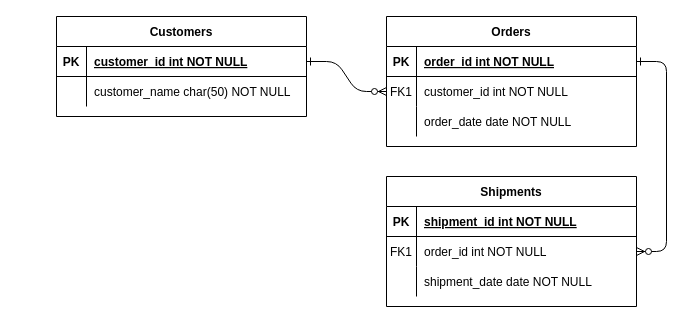
Above: ECommERT.drawio in adithkrishnan98/ECommerce-Java (draw.io), before the change. Source tidied: cells renumbered, new cells numbered last; positions are measured from the earlier drawing's top-left corner, leaving out a move shared by most shapes. Both pictures are drawn from the tidied source at 100%, with x=0, y=0 at pixel (56, 16).
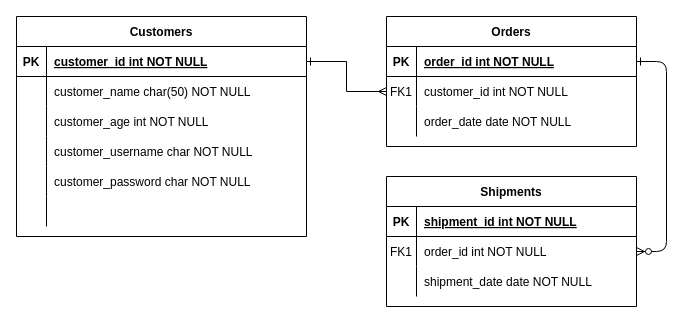
After the change.

Unchanged cells that the change refers to:
```xml
<mxCell id="8" style="shape=partialRectangle;fillColor=none;points=[[0,0.5],[1,0.5]];portConstraint=eastwest;top=0;left=0;right=0;bottom=0;" parent="4" vertex="1">
  <mxGeometry y="60" width="250" height="30" as="geometry" />
</mxCell>
```

Diff of the diagram source:
```diff
@@
-    <mxCell id="2" style="edgeStyle=entityRelationEdgeStyle;endArrow=ERzeroToMany;startArrow=ERone;endFill=1;startFill=0;" parent="1" edge="1" source="25" target="8">
-      <mxGeometry relative="1" as="geometry" />
-    </mxCell>
@@
     <mxCell id="24" value="Customers" style="shape=table;startSize=30;childLayout=tableLayout;rowLines=0;fontStyle=1;align=center;" parent="1" vertex="1">
-      <mxGeometry width="250" height="100" as="geometry" />
+      <mxGeometry x="-40" width="290" height="220" as="geometry" />
     </mxCell>
     <mxCell id="25" style="shape=partialRectangle;fillColor=none;points=[[0,0.5],[1,0.5]];portConstraint=eastwest;top=0;left=0;right=0;bottom=1;" parent="24" vertex="1">
-      <mxGeometry y="30" width="250" height="30" as="geometry" />
+      <mxGeometry y="30" width="290" height="30" as="geometry" />
     </mxCell>
@@
     <mxCell id="27" value="customer_id int NOT NULL " style="shape=partialRectangle;overflow=hidden;fillColor=none;top=0;left=0;bottom=0;right=0;align=left;spacingLeft=6;fontStyle=5;" parent="25" vertex="1">
-      <mxGeometry x="30" width="220" height="30" as="geometry" />
+      <mxGeometry x="30" width="260" height="30" as="geometry" />
     </mxCell>
     <mxCell id="28" style="shape=partialRectangle;fillColor=none;top=0;left=0;right=0;bottom=0;" parent="24" vertex="1">
-      <mxGeometry y="60" width="250" height="30" as="geometry" />
+      <mxGeometry y="60" width="290" height="30" as="geometry" />
     </mxCell>
@@
     <mxCell id="30" value="customer_name char(50) NOT NULL" style="shape=partialRectangle;overflow=hidden;fillColor=none;top=0;left=0;bottom=0;right=0;align=left;spacingLeft=6;" parent="28" vertex="1">
-      <mxGeometry x="30" width="220" height="30" as="geometry" />
+      <mxGeometry x="30" width="260" height="30" as="geometry" />
     </mxCell>
+    <mxCell id="31" style="shape=partialRectangle;fillColor=none;top=0;left=0;right=0;bottom=0;" parent="24" vertex="1">
+      <mxGeometry y="90" width="290" height="30" as="geometry" />
+    </mxCell>
+    <mxCell id="32" style="shape=partialRectangle;overflow=hidden;fillColor=none;top=0;left=0;bottom=0;right=0;" parent="31" vertex="1">
+      <mxGeometry width="30" height="30" as="geometry" />
+    </mxCell>
+    <mxCell id="33" value="customer_age int NOT NULL" style="shape=partialRectangle;overflow=hidden;fillColor=none;top=0;left=0;bottom=0;right=0;align=left;spacingLeft=6;" parent="31" vertex="1">
+      <mxGeometry x="30" width="260" height="30" as="geometry" />
+    </mxCell>
+    <mxCell id="34" style="shape=partialRectangle;fillColor=none;top=0;left=0;right=0;bottom=0;" parent="24" vertex="1">
+      <mxGeometry y="120" width="290" height="30" as="geometry" />
+    </mxCell>
+    <mxCell id="35" style="shape=partialRectangle;overflow=hidden;fillColor=none;top=0;left=0;bottom=0;right=0;" parent="34" vertex="1">
+      <mxGeometry width="30" height="30" as="geometry" />
+    </mxCell>
+    <mxCell id="36" value="customer_username char NOT NULL" style="shape=partialRectangle;overflow=hidden;fillColor=none;top=0;left=0;bottom=0;right=0;align=left;spacingLeft=6;" parent="34" vertex="1">
+      <mxGeometry x="30" width="260" height="30" as="geometry" />
+    </mxCell>
+    <mxCell id="37" style="shape=partialRectangle;fillColor=none;top=0;left=0;right=0;bottom=0;" parent="24" vertex="1">
+      <mxGeometry y="150" width="290" height="30" as="geometry" />
+    </mxCell>
+    <mxCell id="38" style="shape=partialRectangle;overflow=hidden;fillColor=none;top=0;left=0;bottom=0;right=0;" parent="37" vertex="1">
+      <mxGeometry width="30" height="30" as="geometry" />
+    </mxCell>
+    <mxCell id="39" value="customer_password char NOT NULL" style="shape=partialRectangle;overflow=hidden;fillColor=none;top=0;left=0;bottom=0;right=0;align=left;spacingLeft=6;" parent="37" vertex="1">
+      <mxGeometry x="30" width="260" height="30" as="geometry" />
+    </mxCell>
+    <mxCell id="40" style="shape=partialRectangle;fillColor=none;top=0;left=0;right=0;bottom=0;" parent="24" vertex="1">
+      <mxGeometry y="180" width="290" height="30" as="geometry" />
+    </mxCell>
+    <mxCell id="41" style="shape=partialRectangle;overflow=hidden;fillColor=none;top=0;left=0;bottom=0;right=0;" parent="40" vertex="1">
+      <mxGeometry width="30" height="30" as="geometry" />
+    </mxCell>
+    <mxCell id="42" style="shape=partialRectangle;overflow=hidden;fillColor=none;top=0;left=0;bottom=0;right=0;align=left;spacingLeft=6;" parent="40" vertex="1">
+      <mxGeometry x="30" width="260" height="30" as="geometry" />
+    </mxCell>
+    <mxCell id="2" style="rounded=0;jettySize=auto;html=1;edgeStyle=orthogonalEdgeStyle;startArrow=ERone;startFill=0;endArrow=ERmany;endFill=0;" parent="1" edge="1" source="25" target="8">
+      <mxGeometry relative="1" as="geometry" />
+    </mxCell>
```
